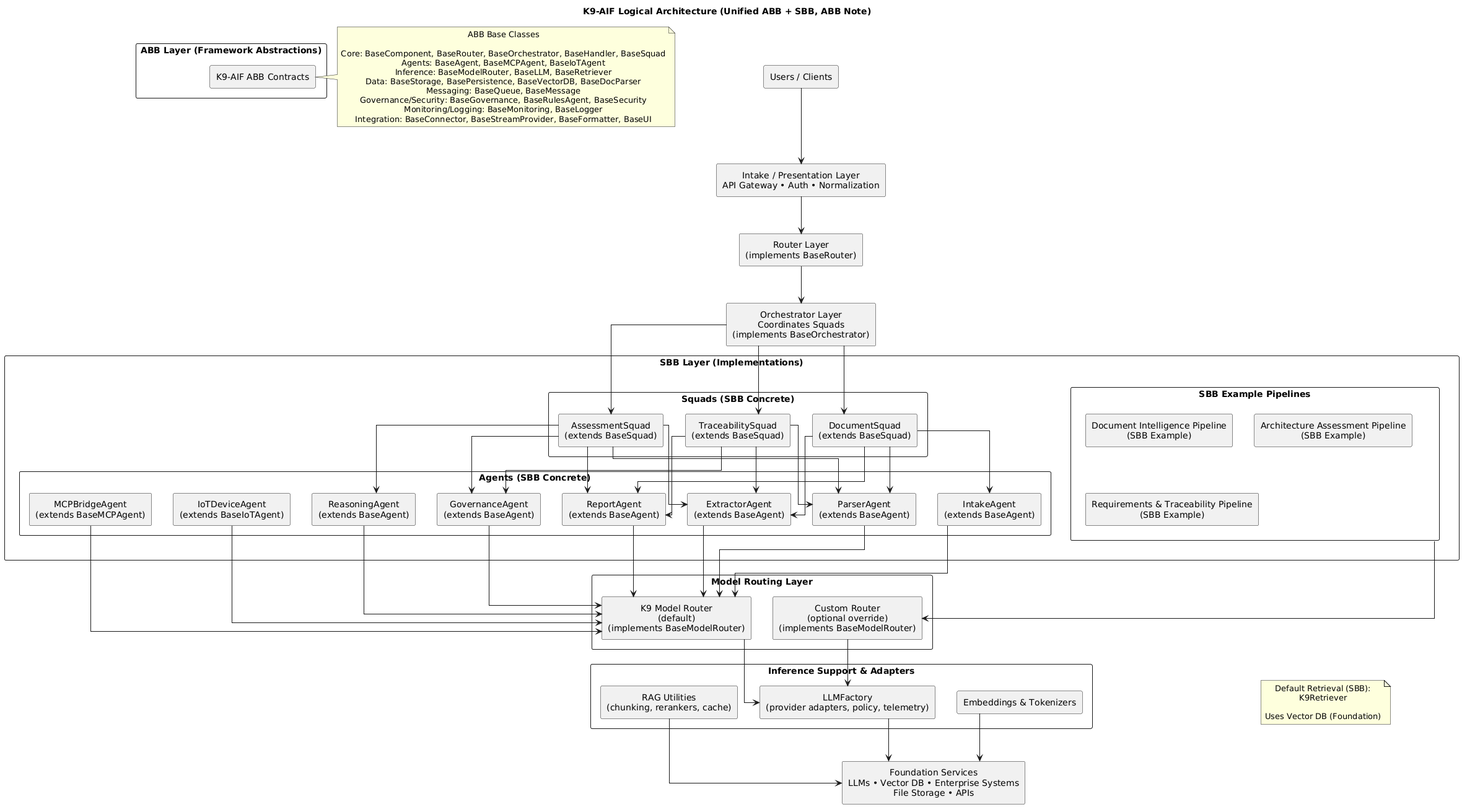
The PlantUML diagram images/k9-aif-architecture.png in k9aif/doit, before a commit.
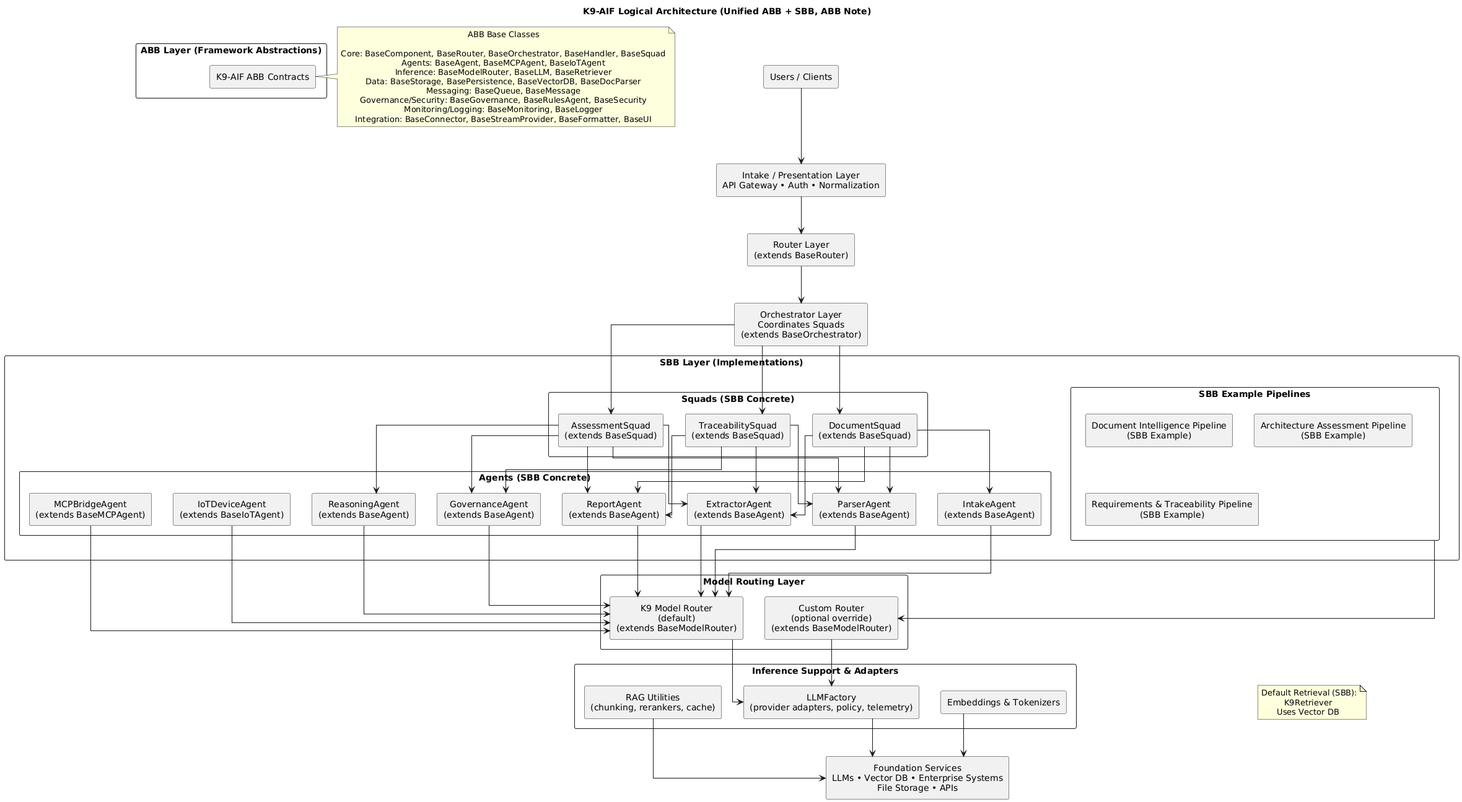
The same diagram one commit later.

The edit, as a diff of the source:
```diff
@@ -9,8 +9,8 @@
 
 rectangle "Users / Clients" as Users
 rectangle "Intake / Presentation Layer\nAPI Gateway • Auth • Normalization" as Intake
-rectangle "Router Layer\n(implements BaseRouter)" as Router
-rectangle "Orchestrator Layer\nCoordinates Squads\n(implements BaseOrchestrator)" as Orchestrator
+rectangle "Router Layer\n(extends BaseRouter)" as Router
+rectangle "Orchestrator Layer\nCoordinates Squads\n(extends BaseOrchestrator)" as Orchestrator
 
 package "ABB Layer (Framework Abstractions)" as ABB {
   rectangle "K9‑AIF ABB Contracts" as ABBContracts
@@ -52,8 +52,8 @@
 }
 
 package "Model Routing Layer" as MR {
-    rectangle "K9 Model Router\n(default)\n(implements BaseModelRouter)" as DefaultRouter
-    rectangle "Custom Router\n(optional override)\n(implements BaseModelRouter)" as CustomRouter
+    rectangle "K9 Model Router\n(default)\n(extends BaseModelRouter)" as DefaultRouter
+    rectangle "Custom Router\n(optional override)\n(extends BaseModelRouter)" as CustomRouter
 }
 
 package "Inference Support & Adapters" as Support {
@@ -109,8 +109,7 @@
 note as RetrievalNote
   Default Retrieval (SBB):
   K9Retriever
-
-  Uses Vector DB (Foundation)
+  Uses Vector DB
 end note
 
 RetrievalNote -[hidden]-> Foundation
```
